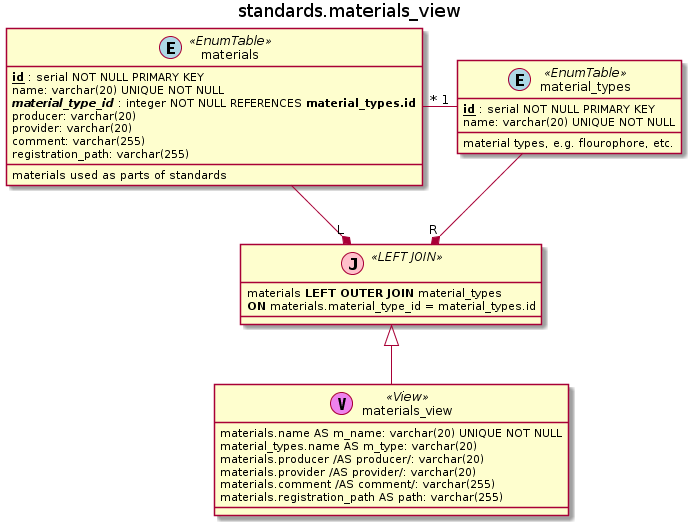
Before: database_example/standards_materials_view.png, a diagram exported from PlantUML (FooBarShebang/plant_uml).
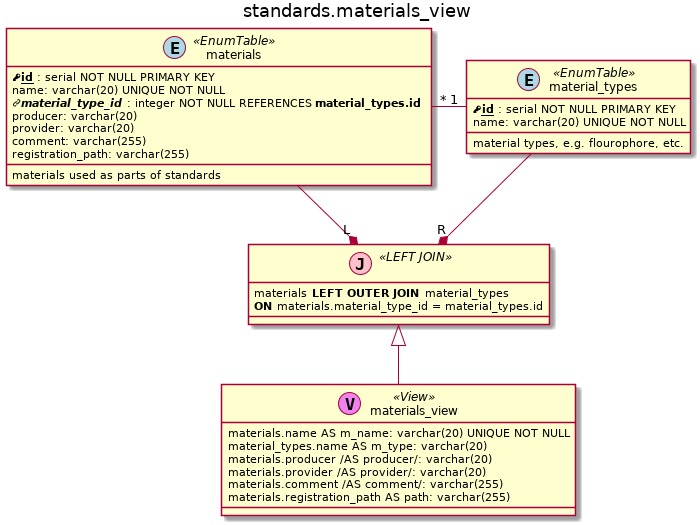
Later version of the same file.

The edit, as a diff of the source:
```diff
@@ -1,4 +1,4 @@
-@startuml stanards_materials_view
+@startuml standards_materials_view
 
 title standards.materials_view
 
@@ -53,7 +53,7 @@
 
 
 class material_types <<(E, lightblue) EnumTable>> {
-    {field} <u><b>id</b></u> : serial NOT NULL PRIMARY KEY
+    {field} <&key><u><b>id</b></u> : serial NOT NULL PRIMARY KEY
     {field} name: varchar(20) UNIQUE NOT NULL
         {method} material types, e.g. flourophore, etc.
 }
@@ -61,9 +61,9 @@
 
 
 class materials <<(E, lightblue) EnumTable>> {
-    {field} <u><b>id</b></u> : serial NOT NULL PRIMARY KEY
+    {field} <&key><u><b>id</b></u> : serial NOT NULL PRIMARY KEY
     {field} name: varchar(20) UNIQUE NOT NULL
-    {field} <i><b>material_type_id</b></i> : integer NOT NULL REFERENCES <b>material_types.id</b>
+    {field} <&link-intact><i><b>material_type_id</b></i> : integer NOT NULL REFERENCES <b>material_types.id</b>
         {field} producer: varchar(20)
         {field} provider: varchar(20)
         {field} comment: varchar(255)
```
